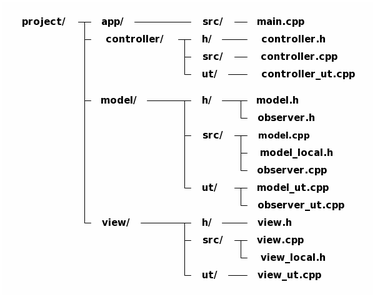
The PlantUML diagram plant_uml/arch_file_example.png in ichiroprogrammer/comprehensive_cpp, before a commit. Its source is kept beside it as plant_uml/arch_file_example.pu. Its diagram source:
```plantuml
@startditaa

 project/ -+- app/ --------+- src/ -+- main.cpp
           |
           +- controller/ -+- h/ ---+- controller.h
           |               |
           |               +- src/ -+- controller.cpp
           |               |
           |               +- ut/ --+- controller_ut.cpp
           |
           |
           +- model/ ------+- h/ ---+- model.h
           |               |        |
           |               |        +- observer.h
           |               |
           |               +- src/ -+- model.cpp
           |               |        |
           |               |        +- model_local.h
           |               |        |
           |               |        +- observer.cpp
           |               |
           |               +- ut/  -+- model_ut.cpp
           |                        |
           |                        +- observer_ut.cpp
           |
           +- view/ -------+- h/ ---+- view.h
                           |
                           +- src/ -+- view.cpp
                           |        |
                           |        +- view_local.h
                           |
                           +- ut/ --+- view_ut.cpp
@endditaa
```
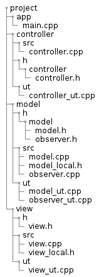
After the change.

What changed in the source:
```diff
@@ -1,33 +1,37 @@
-@startditaa
-
- project/ -+- app/ --------+- src/ -+- main.cpp
-           |
-           +- controller/ -+- h/ ---+- controller.h
-           |               |
-           |               +- src/ -+- controller.cpp
-           |               |
-           |               +- ut/ --+- controller_ut.cpp
-           |
-           |
-           +- model/ ------+- h/ ---+- model.h
-           |               |        |
-           |               |        +- observer.h
-           |               |
-           |               +- src/ -+- model.cpp
-           |               |        |
-           |               |        +- model_local.h
-           |               |        |
-           |               |        +- observer.cpp
-           |               |
-           |               +- ut/  -+- model_ut.cpp
-           |                        |
-           |                        +- observer_ut.cpp
-           |
-           +- view/ -------+- h/ ---+- view.h
-                           |
-                           +- src/ -+- view.cpp
-                           |        |
-                           |        +- view_local.h
-                           |
-                           +- ut/ --+- view_ut.cpp
-@endditaa
+@startsalt
+{
+{T
++project
+++app
++++main.cpp
+++controller
++++src
+++++controller.cpp
++++h
+++++controller
++++++controller.h
++++ut
+++++controller_ut.cpp
+++model
++++h
+++++model
++++++model.h
++++++observer.h
++++src
+++++model.cpp
+++++model_local.h
+++++observer.cpp
++++ut
+++++model_ut.cpp
+++++observer_ut.cpp
+++view
++++h
+++++view.h
++++src
+++++view.cpp
+++++view_local.h
++++ut
+++++view_ut.cpp
+}
+}
+@endsalt
```
